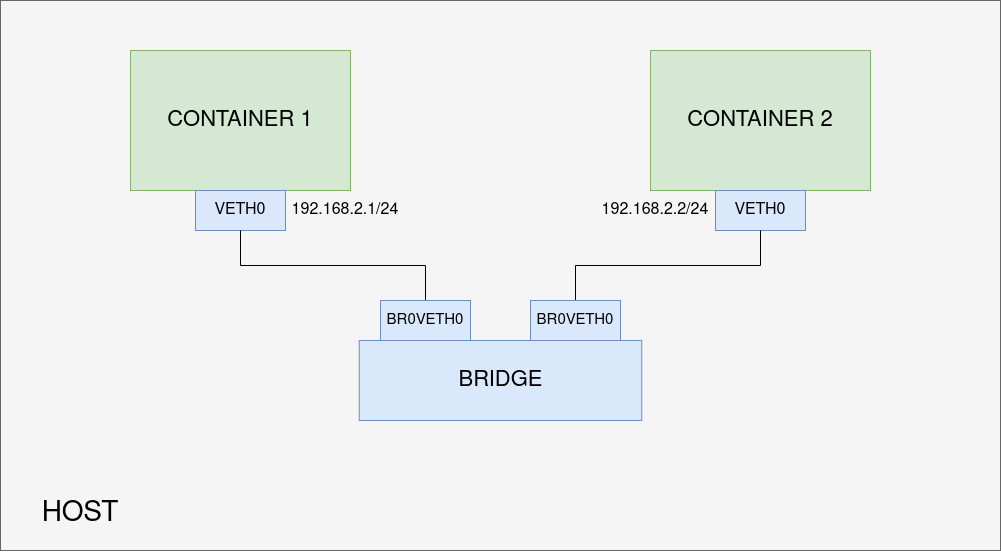
Earlier version of the draw.io export Images/parte_1.png (JuanGonzalezCaminero/CC_Overlay). Source tidied: cells renumbered, new cells last; positions are measured from the earlier drawing's top-left corner, leaving out a move shared by most shapes.
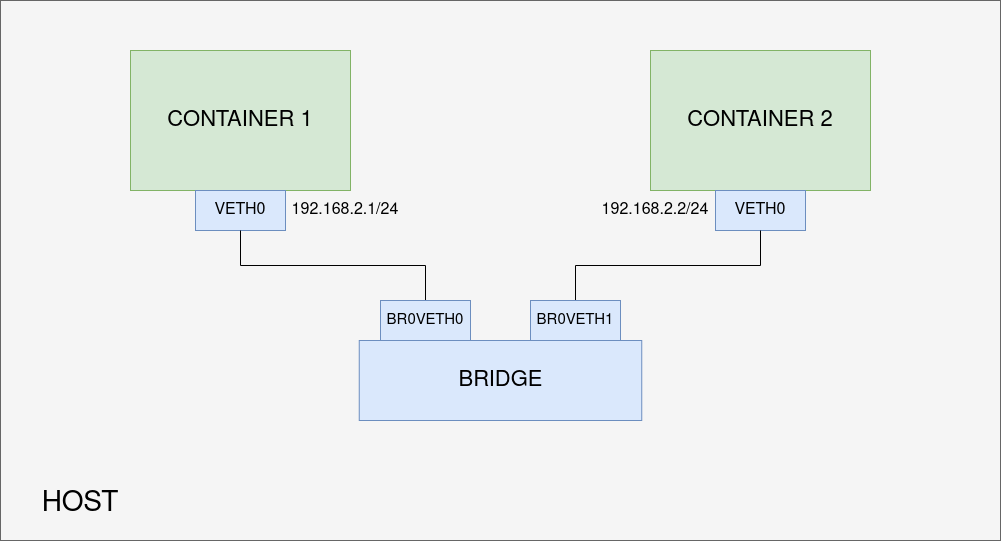
The same diagram one commit later.

Change to the diagram source:
```diff
@@ -3,10 +3,10 @@
     <mxCell id="0" />
     <mxCell id="1" parent="0" />
     <mxCell id="2" style="rounded=0;whiteSpace=wrap;html=1;fillColor=#f5f5f5;strokeColor=#666666;fontColor=#333333;" parent="1" vertex="1">
-      <mxGeometry width="1000" height="550" as="geometry" />
+      <mxGeometry width="1000" height="540" as="geometry" />
     </mxCell>
     <mxCell id="3" value="&lt;font style=&quot;font-size: 28px&quot;&gt;HOST&lt;/font&gt;" style="text;html=1;strokeColor=none;fillColor=none;align=center;verticalAlign=middle;whiteSpace=wrap;rounded=0;" parent="1" vertex="1">
-      <mxGeometry x="10" y="490" width="140" height="50" as="geometry" />
+      <mxGeometry x="10" y="480" width="140" height="50" as="geometry" />
     </mxCell>
     <mxCell id="4" value="&lt;font style=&quot;font-size: 22px&quot;&gt;BRIDGE&lt;/font&gt;" style="rounded=0;whiteSpace=wrap;html=1;fillColor=#dae8fc;strokeColor=#6c8ebf;" parent="1" vertex="1">
       <mxGeometry x="358.8" y="340" width="282.5" height="80" as="geometry" />
@@ -32,7 +32,7 @@
     <mxCell id="11" style="edgeStyle=orthogonalEdgeStyle;rounded=0;jettySize=auto;html=1;exitX=0.5;exitY=0;exitDx=0;exitDy=0;endArrow=none;endFill=0;" parent="1" edge="1" source="12" target="8">
       <mxGeometry relative="1" as="geometry" />
     </mxCell>
-    <mxCell id="12" value="&lt;font style=&quot;font-size: 15px&quot;&gt;BR0VETH0&lt;/font&gt;" style="rounded=0;whiteSpace=wrap;html=1;fillColor=#dae8fc;strokeColor=#6c8ebf;" parent="1" vertex="1">
+    <mxCell id="12" value="&lt;font style=&quot;font-size: 15px&quot;&gt;BR0VETH1&lt;/font&gt;" style="rounded=0;whiteSpace=wrap;html=1;fillColor=#dae8fc;strokeColor=#6c8ebf;" parent="1" vertex="1">
       <mxGeometry x="530" y="300" width="90" height="40" as="geometry" />
     </mxCell>
     <mxCell id="13" value="&lt;font style=&quot;font-size: 16px&quot;&gt;192.168.2.1/24&lt;/font&gt;" style="text;html=1;strokeColor=none;fillColor=none;align=center;verticalAlign=middle;whiteSpace=wrap;rounded=0;" parent="1" vertex="1">
```
